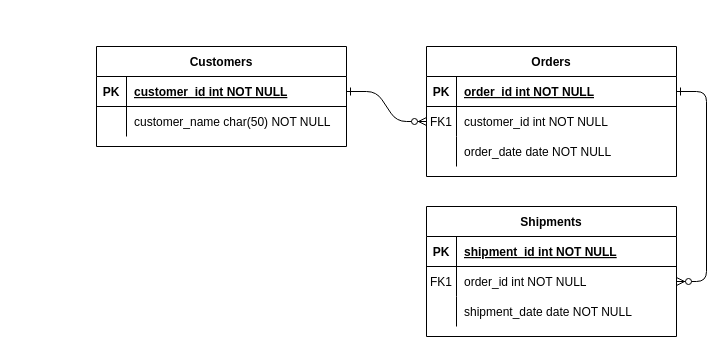
Before: 毕设数据库设计.drawio in zhozhengwei/LinuxTest8, a draw.io diagram. Source tidied: cells renumbered, new cells numbered last; positions are measured from the earlier drawing's top-left corner, leaving out a move shared by most shapes. Both pictures are drawn from the tidied source at 100%, with x=0, y=0 at pixel (96, 46).
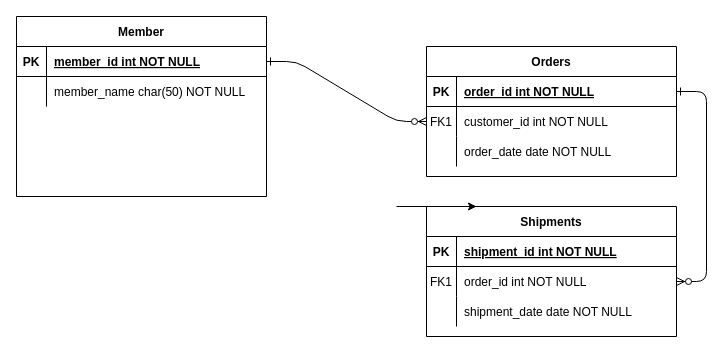
The same page after the edit.

Commit message:
更新毕设数据库设计.drawio

Unchanged cells that the change refers to:
```xml
<mxCell id="25" style="shape=partialRectangle;fillColor=none;points=[[0,0.5],[1,0.5]];portConstraint=eastwest;top=0;left=0;right=0;bottom=1;" parent="24" vertex="1">
  <mxGeometry y="30" width="250" height="30" as="geometry" />
</mxCell>
<mxCell id="28" style="shape=partialRectangle;fillColor=none;top=0;left=0;right=0;bottom=0;" parent="24" vertex="1">
  <mxGeometry y="60" width="250" height="30" as="geometry" />
</mxCell>
```

Change to the diagram source:
```diff
@@
-    <mxCell id="24" value="Customers" style="shape=table;startSize=30;childLayout=tableLayout;rowLines=0;fontStyle=1;align=center;" parent="1" vertex="1">
-      <mxGeometry width="250" height="100" as="geometry" />
+    <mxCell id="24" value="Member" style="shape=table;startSize=30;childLayout=tableLayout;rowLines=0;fontStyle=1;align=center;" parent="1" vertex="1">
+      <mxGeometry x="-80" y="-30" width="250" height="180" as="geometry" />
     </mxCell>
@@
-    <mxCell id="27" value="customer_id int NOT NULL " style="shape=partialRectangle;overflow=hidden;fillColor=none;top=0;left=0;bottom=0;right=0;align=left;spacingLeft=6;fontStyle=5;" parent="25" vertex="1">
+    <mxCell id="27" value="member_id int NOT NULL " style="shape=partialRectangle;overflow=hidden;fillColor=none;top=0;left=0;bottom=0;right=0;align=left;spacingLeft=6;fontStyle=5;" parent="25" vertex="1">
       <mxGeometry x="30" width="220" height="30" as="geometry" />
     </mxCell>
@@
-    <mxCell id="30" value="customer_name char(50) NOT NULL" style="shape=partialRectangle;overflow=hidden;fillColor=none;top=0;left=0;bottom=0;right=0;align=left;spacingLeft=6;" parent="28" vertex="1">
+    <mxCell id="30" value="member_name char(50) NOT NULL" style="shape=partialRectangle;overflow=hidden;fillColor=none;top=0;left=0;bottom=0;right=0;align=left;spacingLeft=6;" parent="28" vertex="1">
       <mxGeometry x="30" width="220" height="30" as="geometry" />
     </mxCell>
+    <mxCell id="31" style="edgeStyle=none;orthogonalLoop=1;jettySize=auto;html=1;rounded=0;" parent="1" edge="1">
+      <mxGeometry relative="1" as="geometry">
+        <mxPoint x="300" y="160" as="sourcePoint" />
+        <mxPoint x="380" y="160" as="targetPoint" />
+      </mxGeometry>
+    </mxCell>
```
